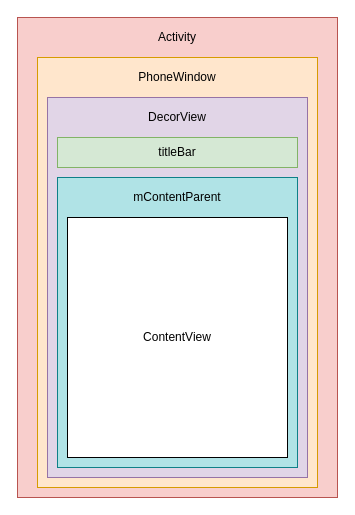
Earlier version of the draw.io diagram Android/View Diagram.drawio (chaozhouzhang/learning-summary). Source tidied: cells renumbered, new cells numbered last; positions are measured from the earlier drawing's top-left corner, leaving out a move shared by most shapes. Both pictures are drawn from the tidied source at 100%, with x=0, y=0 at pixel (17, 17).
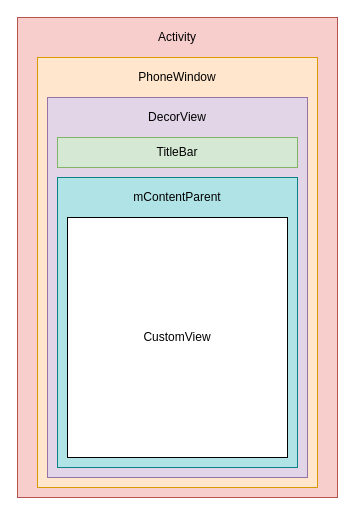
The same diagram, later.

Change to the diagram source:
```diff
@@
 <mxGraphModel>
   <root>
     <mxCell id="0" />
     <mxCell id="1" parent="0" />
     <mxCell id="2" style="rounded=0;whiteSpace=wrap;html=1;fillColor=#f8cecc;strokeColor=#b85450;" parent="1" vertex="1">
       <mxGeometry width="320" height="480" as="geometry" />
     </mxCell>
     <mxCell id="3" value="Activity" style="text;html=1;strokeColor=none;fillColor=none;align=center;verticalAlign=middle;whiteSpace=wrap;rounded=0;" parent="1" vertex="1">
       <mxGeometry x="140" y="10" width="40" height="20" as="geometry" />
     </mxCell>
     <mxCell id="4" style="rounded=0;whiteSpace=wrap;html=1;fillColor=#ffe6cc;strokeColor=#d79b00;" parent="1" vertex="1">
       <mxGeometry x="20" y="40" width="280" height="430" as="geometry" />
     </mxCell>
     <mxCell id="5" value="PhoneWindow" style="text;html=1;strokeColor=none;fillColor=none;align=center;verticalAlign=middle;whiteSpace=wrap;rounded=0;" parent="1" vertex="1">
       <mxGeometry x="140" y="50" width="40" height="20" as="geometry" />
     </mxCell>
     <mxCell id="6" style="rounded=0;whiteSpace=wrap;html=1;fillColor=#e1d5e7;strokeColor=#9673a6;" parent="1" vertex="1">
       <mxGeometry x="30" y="80" width="260" height="380" as="geometry" />
     </mxCell>
     <mxCell id="7" value="DecorView" style="text;html=1;strokeColor=none;fillColor=none;align=center;verticalAlign=middle;whiteSpace=wrap;rounded=0;" parent="1" vertex="1">
       <mxGeometry x="140" y="90" width="40" height="20" as="geometry" />
     </mxCell>
     <mxCell id="8" style="rounded=0;whiteSpace=wrap;html=1;fillColor=#d5e8d4;strokeColor=#82b366;" parent="1" vertex="1">
       <mxGeometry x="40" y="120" width="240" height="30" as="geometry" />
     </mxCell>
     <mxCell id="9" style="rounded=0;whiteSpace=wrap;html=1;fillColor=#b0e3e6;strokeColor=#0e8088;" parent="1" vertex="1">
       <mxGeometry x="40" y="160" width="240" height="290" as="geometry" />
     </mxCell>
-    <mxCell id="10" value="titleBar" style="text;html=1;strokeColor=none;fillColor=none;align=center;verticalAlign=middle;whiteSpace=wrap;rounded=0;" parent="1" vertex="1">
+    <mxCell id="10" value="TitleBar" style="text;html=1;strokeColor=none;fillColor=none;align=center;verticalAlign=middle;whiteSpace=wrap;rounded=0;" parent="1" vertex="1">
       <mxGeometry x="140" y="125" width="40" height="20" as="geometry" />
     </mxCell>
     <mxCell id="11" value="mContentParent" style="text;html=1;strokeColor=none;fillColor=none;align=center;verticalAlign=middle;whiteSpace=wrap;rounded=0;" parent="1" vertex="1">
       <mxGeometry x="140" y="170" width="40" height="20" as="geometry" />
     </mxCell>
-    <mxCell id="12" value="ContentView" style="rounded=0;whiteSpace=wrap;html=1;" parent="1" vertex="1">
+    <mxCell id="12" value="CustomView" style="rounded=0;whiteSpace=wrap;html=1;" parent="1" vertex="1">
       <mxGeometry x="50" y="200" width="220" height="240" as="geometry" />
     </mxCell>
   </root>
 </mxGraphModel>
```
